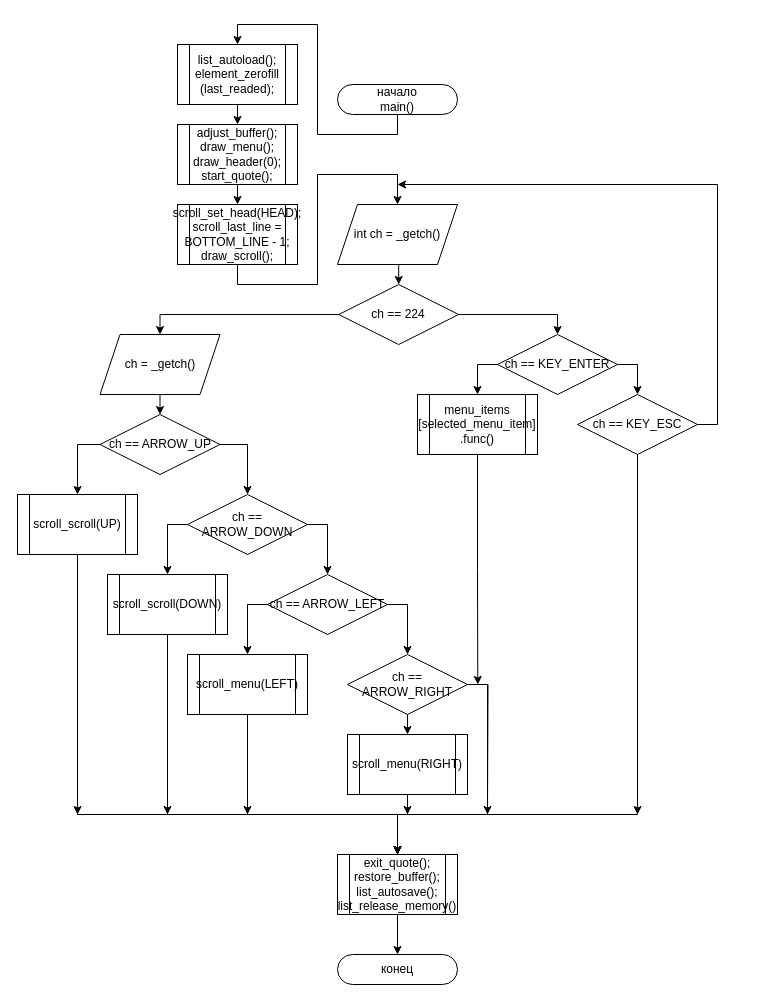
Earlier version of the draw.io diagram ПЗ/Diagrams/main.drawio (Killfrra/AnP). Source tidied: cells renumbered, new cells numbered last; positions are measured from the earlier drawing's top-left corner, leaving out a move shared by most shapes. Both pictures are drawn from the tidied source at 100%, with x=0, y=0 at pixel (17, 44).
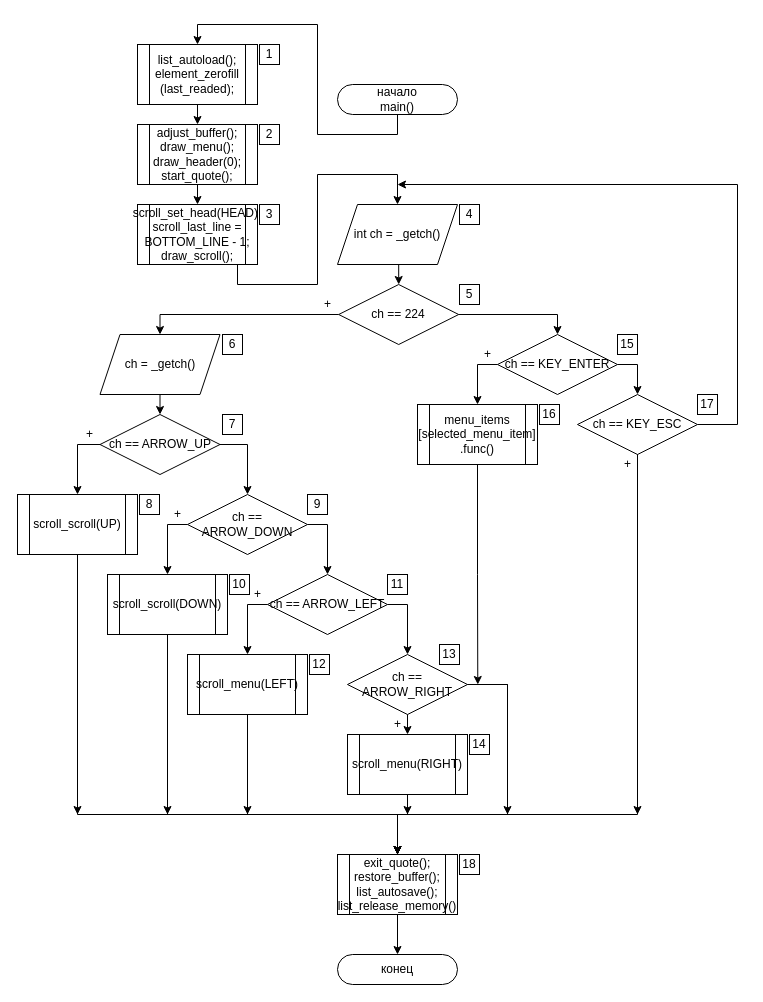
The same diagram, later.

The change refers to these unchanged cells:
```xml
<mxCell id="3" value="начало&lt;br&gt;main()" style="rounded=1;whiteSpace=wrap;html=1;arcSize=50;" parent="1" vertex="1">
  <mxGeometry x="320" y="40" width="120" height="30" as="geometry" />
</mxCell>
<mxCell id="5" value="exit_quote();&lt;br&gt;restore_buffer();&lt;br&gt;list_autosave();&lt;br&gt;list_release_memory()" style="shape=process;whiteSpace=wrap;html=1;backgroundOutline=1;fontFamily=Helvetica;fontSize=12;fontColor=#000000;align=center;strokeColor=#000000;fillColor=#ffffff;" parent="1" vertex="1">
  <mxGeometry x="320" y="810" width="120" height="60" as="geometry" />
</mxCell>
<mxCell id="15" value="ch == ARROW_RIGHT" style="rhombus;whiteSpace=wrap;html=1;rounded=0;" parent="1" vertex="1">
  <mxGeometry x="330" y="610" width="120" height="60" as="geometry" />
</mxCell>
<mxCell id="30" value="ch == KEY_ESC" style="rhombus;whiteSpace=wrap;html=1;rounded=0;" parent="1" vertex="1">
  <mxGeometry x="560" y="350" width="120" height="60" as="geometry" />
</mxCell>
<mxCell id="42" value="&lt;div&gt;scroll_scroll(UP)&lt;/div&gt;" style="shape=process;whiteSpace=wrap;html=1;backgroundOutline=1;" parent="1" vertex="1">
  <mxGeometry y="450" width="120" height="60" as="geometry" />
</mxCell>
<mxCell id="44" value="scroll_scroll(DOWN)" style="shape=process;whiteSpace=wrap;html=1;backgroundOutline=1;" parent="1" vertex="1">
  <mxGeometry x="90" y="530" width="120" height="60" as="geometry" />
</mxCell>
<mxCell id="46" value="scroll_menu(LEFT)" style="shape=process;whiteSpace=wrap;html=1;backgroundOutline=1;" parent="1" vertex="1">
  <mxGeometry x="170" y="610" width="120" height="60" as="geometry" />
</mxCell>
<mxCell id="48" value="&lt;div&gt;scroll_menu(RIGHT)&lt;/div&gt;" style="shape=process;whiteSpace=wrap;html=1;backgroundOutline=1;" parent="1" vertex="1">
  <mxGeometry x="330" y="690" width="120" height="60" as="geometry" />
</mxCell>
```

The edit, as a diff of the source:
```diff
@@
     <mxCell id="2" style="edgeStyle=orthogonalEdgeStyle;rounded=0;jettySize=auto;html=1;exitX=0.5;exitY=1;exitDx=0;exitDy=0;entryX=0.5;entryY=0;entryDx=0;entryDy=0;" parent="1" edge="1" source="3" target="52">
-      <mxGeometry relative="1" as="geometry" />
+      <mxGeometry relative="1" as="geometry">
+        <Array as="points">
+          <mxPoint x="380" y="90" />
+          <mxPoint x="300" y="90" />
+          <mxPoint x="300" y="-20" />
+          <mxPoint x="180" y="-20" />
+        </Array>
+      </mxGeometry>
     </mxCell>
@@
-    <mxCell id="14" style="edgeStyle=orthogonalEdgeStyle;rounded=0;jettySize=auto;html=1;exitX=1;exitY=0.5;exitDx=0;exitDy=0;" parent="1" edge="1" source="15">
-      <mxGeometry relative="1" as="geometry">
-        <mxPoint x="470" y="770" as="targetPoint" />
-      </mxGeometry>
-    </mxCell>
+    <mxCell id="55" style="edgeStyle=orthogonalEdgeStyle;rounded=0;jettySize=auto;html=1;exitX=1;exitY=0.5;exitDx=0;exitDy=0;" parent="1" edge="1" source="15">
+      <mxGeometry relative="1" as="geometry">
+        <mxPoint x="490" y="770" as="targetPoint" />
+        <Array as="points">
+          <mxPoint x="490" y="640" />
+          <mxPoint x="490" y="770" />
+        </Array>
+      </mxGeometry>
+    </mxCell>
@@
     <mxCell id="18" style="edgeStyle=orthogonalEdgeStyle;rounded=0;jettySize=auto;html=1;exitX=1;exitY=0.5;exitDx=0;exitDy=0;entryX=0.5;entryY=0;entryDx=0;entryDy=0;" parent="1" edge="1" source="15" target="5">
       <mxGeometry relative="1" as="geometry">
         <Array as="points">
-          <mxPoint x="470" y="640" />
-          <mxPoint x="470" y="770" />
+          <mxPoint x="490" y="640" />
+          <mxPoint x="490" y="770" />
           <mxPoint x="380" y="770" />
         </Array>
       </mxGeometry>
     </mxCell>
@@
-    <mxCell id="28" style="edgeStyle=orthogonalEdgeStyle;rounded=0;jettySize=auto;html=1;exitX=1;exitY=0.5;exitDx=0;exitDy=0;" parent="1" edge="1" source="30">
-      <mxGeometry relative="1" as="geometry">
-        <mxPoint x="380" y="140" as="targetPoint" />
-        <Array as="points">
-          <mxPoint x="700" y="380" />
-          <mxPoint x="700" y="140" />
-        </Array>
-      </mxGeometry>
-    </mxCell>
-    <mxCell id="29" style="edgeStyle=orthogonalEdgeStyle;rounded=0;jettySize=auto;html=1;exitX=0.5;exitY=1;exitDx=0;exitDy=0;" parent="1" edge="1" source="30">
-      <mxGeometry relative="1" as="geometry">
-        <mxPoint x="620" y="770" as="targetPoint" />
-      </mxGeometry>
-    </mxCell>
+    <mxCell id="56" style="edgeStyle=orthogonalEdgeStyle;rounded=0;jettySize=auto;html=1;exitX=1;exitY=0.5;exitDx=0;exitDy=0;" parent="1" edge="1" source="30">
+      <mxGeometry relative="1" as="geometry">
+        <mxPoint x="380" y="140" as="targetPoint" />
+        <Array as="points">
+          <mxPoint x="720" y="380" />
+          <mxPoint x="720" y="140" />
+        </Array>
+      </mxGeometry>
+    </mxCell>
+    <mxCell id="57" style="edgeStyle=orthogonalEdgeStyle;rounded=0;jettySize=auto;html=1;exitX=0.5;exitY=1;exitDx=0;exitDy=0;" parent="1" edge="1" source="30">
+      <mxGeometry relative="1" as="geometry">
+        <mxPoint x="620" y="770" as="targetPoint" />
+      </mxGeometry>
+    </mxCell>
@@
-    <mxCell id="31" style="edgeStyle=orthogonalEdgeStyle;rounded=0;jettySize=auto;html=1;exitX=0.5;exitY=1;exitDx=0;exitDy=0;entryX=0.5;entryY=0;entryDx=0;entryDy=0;" parent="1" edge="1" source="30">
-      <mxGeometry relative="1" as="geometry" />
-    </mxCell>
+    <mxCell id="58" style="edgeStyle=orthogonalEdgeStyle;rounded=0;jettySize=auto;html=1;exitX=0.5;exitY=1;exitDx=0;exitDy=0;entryX=0.5;entryY=0;entryDx=0;entryDy=0;" parent="1" edge="1" source="30">
+      <mxGeometry relative="1" as="geometry" />
+    </mxCell>
@@
     <mxCell id="39" value="scroll_set_head(HEAD);&lt;br&gt;scroll_last_line = BOTTOM_LINE - 1;&lt;br&gt;draw_scroll();" style="shape=process;whiteSpace=wrap;html=1;backgroundOutline=1;fontFamily=Helvetica;fontSize=12;fontColor=#000000;align=center;strokeColor=#000000;fillColor=#ffffff;" parent="1" vertex="1">
-      <mxGeometry x="160" y="160" width="120" height="60" as="geometry" />
+      <mxGeometry x="120" y="160" width="120" height="60" as="geometry" />
     </mxCell>
@@
-    <mxCell id="41" style="edgeStyle=orthogonalEdgeStyle;rounded=0;jettySize=auto;html=1;exitX=0.5;exitY=1;exitDx=0;exitDy=0;" parent="1" edge="1" source="42">
-      <mxGeometry relative="1" as="geometry">
-        <mxPoint x="60" y="770" as="targetPoint" />
-      </mxGeometry>
-    </mxCell>
+    <mxCell id="59" style="edgeStyle=orthogonalEdgeStyle;rounded=0;jettySize=auto;html=1;exitX=0.5;exitY=1;exitDx=0;exitDy=0;" parent="1" edge="1" source="42">
+      <mxGeometry relative="1" as="geometry">
+        <mxPoint x="60" y="770" as="targetPoint" />
+      </mxGeometry>
+    </mxCell>
@@
-    <mxCell id="43" style="edgeStyle=orthogonalEdgeStyle;rounded=0;jettySize=auto;html=1;exitX=0.5;exitY=1;exitDx=0;exitDy=0;" parent="1" edge="1" source="44">
-      <mxGeometry relative="1" as="geometry">
-        <mxPoint x="150" y="770" as="targetPoint" />
-      </mxGeometry>
-    </mxCell>
+    <mxCell id="60" style="edgeStyle=orthogonalEdgeStyle;rounded=0;jettySize=auto;html=1;exitX=0.5;exitY=1;exitDx=0;exitDy=0;" parent="1" edge="1" source="44">
+      <mxGeometry relative="1" as="geometry">
+        <mxPoint x="150" y="770" as="targetPoint" />
+      </mxGeometry>
+    </mxCell>
@@
-    <mxCell id="45" style="edgeStyle=orthogonalEdgeStyle;rounded=0;jettySize=auto;html=1;exitX=0.5;exitY=1;exitDx=0;exitDy=0;" parent="1" edge="1" source="46">
-      <mxGeometry relative="1" as="geometry">
-        <mxPoint x="230" y="770" as="targetPoint" />
-      </mxGeometry>
-    </mxCell>
+    <mxCell id="61" style="edgeStyle=orthogonalEdgeStyle;rounded=0;jettySize=auto;html=1;exitX=0.5;exitY=1;exitDx=0;exitDy=0;" parent="1" edge="1" source="46">
+      <mxGeometry relative="1" as="geometry">
+        <mxPoint x="230" y="770" as="targetPoint" />
+      </mxGeometry>
+    </mxCell>
@@
-    <mxCell id="47" style="edgeStyle=orthogonalEdgeStyle;rounded=0;jettySize=auto;html=1;exitX=0.5;exitY=1;exitDx=0;exitDy=0;" parent="1" edge="1" source="48">
-      <mxGeometry relative="1" as="geometry">
-        <mxPoint x="390" y="770" as="targetPoint" />
-      </mxGeometry>
-    </mxCell>
+    <mxCell id="62" style="edgeStyle=orthogonalEdgeStyle;rounded=0;jettySize=auto;html=1;exitX=0.5;exitY=1;exitDx=0;exitDy=0;" parent="1" edge="1" source="48">
+      <mxGeometry relative="1" as="geometry">
+        <mxPoint x="390" y="770" as="targetPoint" />
+      </mxGeometry>
+    </mxCell>
@@
-    <mxCell id="49" style="edgeStyle=orthogonalEdgeStyle;rounded=0;jettySize=auto;html=1;exitX=0.5;exitY=1;exitDx=0;exitDy=0;" parent="1" edge="1" source="50">
-      <mxGeometry relative="1" as="geometry">
-        <mxPoint x="460.3" y="640" as="targetPoint" />
-      </mxGeometry>
-    </mxCell>
+    <mxCell id="63" style="edgeStyle=orthogonalEdgeStyle;rounded=0;jettySize=auto;html=1;exitX=0.5;exitY=1;exitDx=0;exitDy=0;" parent="1" edge="1" source="50">
+      <mxGeometry relative="1" as="geometry">
+        <mxPoint x="460.3" y="640" as="targetPoint" />
+      </mxGeometry>
+    </mxCell>
     <mxCell id="50" value="menu_items&lt;br&gt;[selected_menu_item]&lt;br&gt;.func()" style="shape=process;whiteSpace=wrap;html=1;backgroundOutline=1;" parent="1" vertex="1">
-      <mxGeometry x="400" y="350" width="120" height="60" as="geometry" />
+      <mxGeometry x="400" y="360" width="120" height="60" as="geometry" />
     </mxCell>
@@
     <mxCell id="52" value="list_autoload();&lt;br&gt;element_zerofill&lt;br&gt;(last_readed);" style="shape=process;html=1;backgroundOutline=1;whiteSpace=wrap;" parent="1" vertex="1">
-      <mxGeometry x="160" width="120" height="60" as="geometry" />
+      <mxGeometry x="120" width="120" height="60" as="geometry" />
     </mxCell>
@@
     <mxCell id="54" value="adjust_buffer();&lt;br&gt;draw_menu();&lt;br&gt;draw_header(0);&lt;br&gt;start_quote();" style="shape=process;html=1;backgroundOutline=1;whiteSpace=wrap;" parent="1" vertex="1">
-      <mxGeometry x="160" y="80" width="120" height="60" as="geometry" />
+      <mxGeometry x="120" y="80" width="120" height="60" as="geometry" />
     </mxCell>
+    <mxCell id="64" value="+" style="text;html=1;align=center;verticalAlign=middle;" parent="1" vertex="1">
+      <mxGeometry x="300" y="250" width="20" height="20" as="geometry" />
+    </mxCell>
+    <mxCell id="65" value="+" style="text;html=1;align=center;verticalAlign=middle;" parent="1" vertex="1">
+      <mxGeometry x="460" y="300" width="20" height="20" as="geometry" />
+    </mxCell>
+    <mxCell id="66" value="+" style="text;html=1;align=center;verticalAlign=middle;" parent="1" vertex="1">
+      <mxGeometry x="62" y="380" width="20" height="20" as="geometry" />
+    </mxCell>
+    <mxCell id="67" value="+" style="text;html=1;align=center;verticalAlign=middle;" parent="1" vertex="1">
+      <mxGeometry x="150" y="460" width="20" height="20" as="geometry" />
+    </mxCell>
+    <mxCell id="68" value="+" style="text;html=1;align=center;verticalAlign=middle;" parent="1" vertex="1">
+      <mxGeometry x="230" y="540" width="20" height="20" as="geometry" />
+    </mxCell>
+    <mxCell id="69" value="+" style="text;html=1;align=center;verticalAlign=middle;" parent="1" vertex="1">
+      <mxGeometry x="370" y="670" width="20" height="20" as="geometry" />
+    </mxCell>
+    <mxCell id="70" value="+" style="text;html=1;align=center;verticalAlign=middle;" parent="1" vertex="1">
+      <mxGeometry x="600" y="410" width="20" height="20" as="geometry" />
+    </mxCell>
+    <mxCell id="71" value="1" style="whiteSpace=wrap;html=1;" parent="1" vertex="1">
+      <mxGeometry x="242" width="20" height="20" as="geometry" />
+    </mxCell>
+    <mxCell id="72" value="2" style="whiteSpace=wrap;html=1;" parent="1" vertex="1">
+      <mxGeometry x="242" y="80" width="20" height="20" as="geometry" />
+    </mxCell>
+    <mxCell id="73" value="3" style="whiteSpace=wrap;html=1;" parent="1" vertex="1">
+      <mxGeometry x="242" y="160" width="20" height="20" as="geometry" />
+    </mxCell>
+    <mxCell id="74" value="4" style="whiteSpace=wrap;html=1;" parent="1" vertex="1">
+      <mxGeometry x="442" y="160" width="20" height="20" as="geometry" />
+    </mxCell>
+    <mxCell id="75" value="5" style="whiteSpace=wrap;html=1;" parent="1" vertex="1">
+      <mxGeometry x="442" y="240" width="20" height="20" as="geometry" />
+    </mxCell>
+    <mxCell id="76" value="15" style="whiteSpace=wrap;html=1;" parent="1" vertex="1">
+      <mxGeometry x="600" y="290" width="20" height="20" as="geometry" />
+    </mxCell>
+    <mxCell id="77" value="17" style="whiteSpace=wrap;html=1;" parent="1" vertex="1">
+      <mxGeometry x="680" y="350" width="20" height="20" as="geometry" />
+    </mxCell>
+    <mxCell id="78" value="16" style="whiteSpace=wrap;html=1;" parent="1" vertex="1">
+      <mxGeometry x="522" y="360" width="20" height="20" as="geometry" />
+    </mxCell>
+    <mxCell id="79" value="6" style="whiteSpace=wrap;html=1;" parent="1" vertex="1">
+      <mxGeometry x="205" y="290" width="20" height="20" as="geometry" />
+    </mxCell>
+    <mxCell id="80" value="7" style="whiteSpace=wrap;html=1;" parent="1" vertex="1">
+      <mxGeometry x="205" y="370" width="20" height="20" as="geometry" />
+    </mxCell>
+    <mxCell id="81" value="8" style="whiteSpace=wrap;html=1;" parent="1" vertex="1">
+      <mxGeometry x="122" y="450" width="20" height="20" as="geometry" />
+    </mxCell>
+    <mxCell id="82" value="10" style="whiteSpace=wrap;html=1;" parent="1" vertex="1">
+      <mxGeometry x="212" y="530" width="20" height="20" as="geometry" />
+    </mxCell>
+    <mxCell id="83" value="9" style="whiteSpace=wrap;html=1;" parent="1" vertex="1">
+      <mxGeometry x="290" y="450" width="20" height="20" as="geometry" />
+    </mxCell>
+    <mxCell id="84" value="11" style="whiteSpace=wrap;html=1;" parent="1" vertex="1">
+      <mxGeometry x="370" y="530" width="20" height="20" as="geometry" />
+    </mxCell>
+    <mxCell id="85" value="12" style="whiteSpace=wrap;html=1;" parent="1" vertex="1">
+      <mxGeometry x="292" y="610" width="20" height="20" as="geometry" />
+    </mxCell>
+    <mxCell id="86" value="13" style="whiteSpace=wrap;html=1;" parent="1" vertex="1">
+      <mxGeometry x="422" y="600" width="20" height="20" as="geometry" />
+    </mxCell>
+    <mxCell id="87" value="14" style="whiteSpace=wrap;html=1;" parent="1" vertex="1">
+      <mxGeometry x="452" y="690" width="20" height="20" as="geometry" />
+    </mxCell>
+    <mxCell id="88" value="18" style="whiteSpace=wrap;html=1;" parent="1" vertex="1">
+      <mxGeometry x="442" y="810" width="20" height="20" as="geometry" />
+    </mxCell>
```
